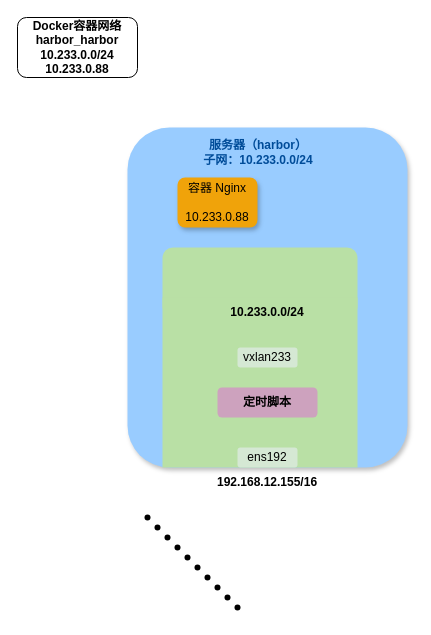
C-Why/diagrams keeps this draw.io diagram as 自建vxlan隧道.drawio. Above is the earlier version. Source tidied: cells renumbered, new cells numbered last; positions are measured from the earlier drawing's top-left corner, leaving out a move shared by most shapes. Both pictures are drawn from the tidied source at 100%, with x=0, y=0 at pixel (17, 17).
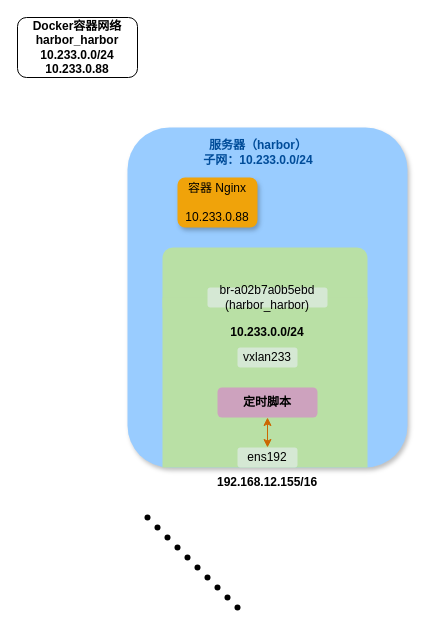
The same page after the edit.

Commit message (it also covers changes not shown here):
更新自建vxlan隧道.drawio

Unchanged cells that the change refers to:
```xml
<mxCell id="19" value="&lt;div&gt;ens192&lt;/div&gt;" style="rounded=1;whiteSpace=wrap;html=1;fillColor=#D5E8D4;strokeColor=none;" parent="1" vertex="1">
  <mxGeometry x="220" y="430" width="60" height="20" as="geometry" />
</mxCell>
<mxCell id="20" value="定时脚本" style="rounded=1;whiteSpace=wrap;html=1;strokeColor=none;fillColor=#CDA2BE;fontStyle=1;" parent="1" vertex="1">
  <mxGeometry x="200" y="370" width="100" height="30" as="geometry" />
</mxCell>
```

The edit, as a diff of the source:
```diff
@@
     <mxCell id="16" style="rounded=1;whiteSpace=wrap;html=1;fillColor=#B9E0A5;strokeColor=none;" parent="1" vertex="1">
-      <mxGeometry x="145" y="230" width="195" height="70" as="geometry" />
+      <mxGeometry x="145" y="230" width="205" height="70" as="geometry" />
     </mxCell>
     <mxCell id="17" style="rounded=0;whiteSpace=wrap;html=1;fillColor=#B9E0A5;strokeColor=none;fontColor=#ffffff;" parent="1" vertex="1">
-      <mxGeometry x="145" y="280" width="195" height="170" as="geometry" />
+      <mxGeometry x="145" y="280" width="205" height="170" as="geometry" />
     </mxCell>
@@
     <mxCell id="22" value="&lt;div&gt;10.233.0.0/24&lt;/div&gt;" style="text;html=1;strokeColor=none;fillColor=none;align=center;verticalAlign=middle;whiteSpace=wrap;rounded=0;fontStyle=1;" parent="1" vertex="1">
-      <mxGeometry x="220" y="290" width="60" height="10" as="geometry" />
+      <mxGeometry x="220" y="310" width="60" height="10" as="geometry" />
     </mxCell>
+    <mxCell id="23" style="endArrow=classic;startArrow=classic;rounded=0;exitX=0.5;exitY=1;exitDx=0;exitDy=0;entryX=0.5;entryY=0;entryDx=0;entryDy=0;labelBackgroundColor=none;fontColor=none;noLabel=1;fillColor=#f0a30a;strokeColor=#CC6600;" parent="1" edge="1" source="20" target="19">
+      <mxGeometry relative="1" as="geometry" />
+    </mxCell>
+    <mxCell id="24" value="&lt;div&gt;br-a02b7a0b5ebd&lt;br&gt;&lt;/div&gt;&lt;div&gt;(harbor_harbor)&lt;/div&gt;" style="rounded=1;whiteSpace=wrap;html=1;fillColor=#D5E8D4;strokeColor=none;" parent="1" vertex="1">
+      <mxGeometry x="190" y="270" width="120" height="20" as="geometry" />
+    </mxCell>
```
